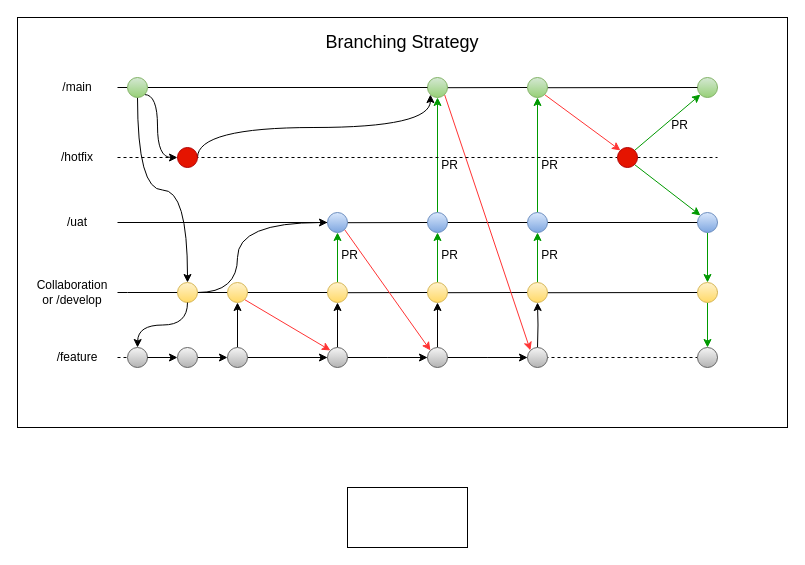
Before: branches.drawio in Sri-git-acc/python, a draw.io diagram. Source tidied: cells renumbered, new cells numbered last; positions are measured from the earlier drawing's top-left corner, leaving out a move shared by most shapes. Both pictures are drawn from the tidied source at 100%, with x=0, y=0 at pixel (17, 17).
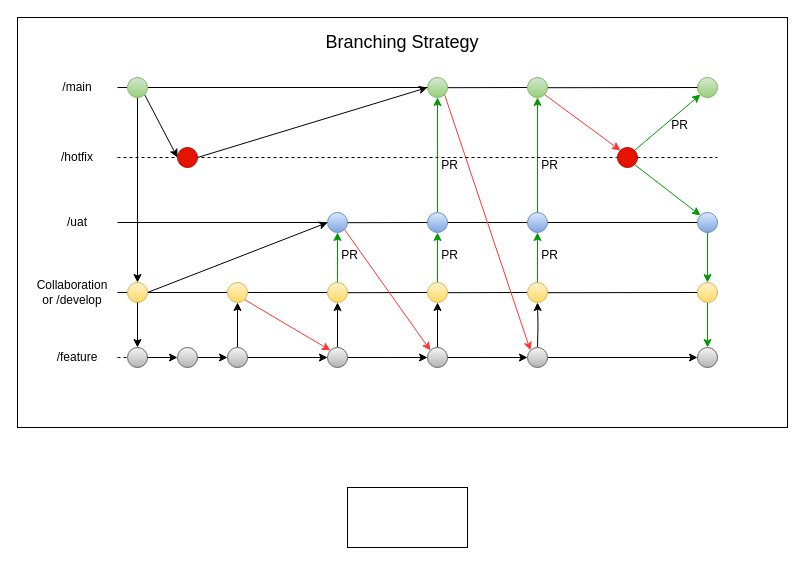
The same page after the edit.

The change refers to these unchanged cells:
```xml
<mxCell id="29" style="ellipse;whiteSpace=wrap;html=1;fillColor=#dae8fc;strokeColor=#6c8ebf;gradientColor=#7ea6e0;" parent="1" vertex="1">
  <mxGeometry x="310" y="195" width="20" height="20" as="geometry" />
</mxCell>
<mxCell id="39" style="ellipse;whiteSpace=wrap;html=1;fillColor=#d5e8d4;gradientColor=#97d077;strokeColor=#82b366;" parent="1" vertex="1">
  <mxGeometry x="410" y="60" width="20" height="20" as="geometry" />
</mxCell>
<mxCell id="82" style="ellipse;whiteSpace=wrap;html=1;fillColor=#f5f5f5;gradientColor=#b3b3b3;strokeColor=#666666;" parent="1" vertex="1">
  <mxGeometry x="680" y="330" width="20" height="20" as="geometry" />
</mxCell>
<mxCell id="84" style="ellipse;whiteSpace=wrap;html=1;fillColor=#f5f5f5;gradientColor=#b3b3b3;strokeColor=#666666;" parent="1" vertex="1">
  <mxGeometry x="510" y="330" width="20" height="20" as="geometry" />
</mxCell>
<mxCell id="88" style="ellipse;whiteSpace=wrap;html=1;fillColor=#d5e8d4;gradientColor=#97d077;strokeColor=#82b366;" parent="1" vertex="1">
  <mxGeometry x="110" y="60" width="20" height="20" as="geometry" />
</mxCell>
<mxCell id="90" style="ellipse;whiteSpace=wrap;html=1;fillColor=#e51400;fontColor=#ffffff;strokeColor=#B20000;" parent="1" vertex="1">
  <mxGeometry x="160" y="130" width="20" height="20" as="geometry" />
</mxCell>
```

Change to the diagram source:
```diff
@@
+    <mxCell id="96" style="endArrow=none;html=1;rounded=0;" parent="1" edge="1">
+      <mxGeometry relative="1" as="geometry">
+        <mxPoint x="100" y="339.5" as="sourcePoint" />
+        <mxPoint x="130" y="339.5" as="targetPoint" />
+      </mxGeometry>
+    </mxCell>
@@
-    <mxCell id="81" style="endArrow=none;dashed=1;html=1;rounded=0;exitX=0;exitY=0.5;exitDx=0;exitDy=0;" parent="1" edge="1" source="84" target="82">
-      <mxGeometry relative="1" as="geometry" />
-    </mxCell>
@@
+    <mxCell id="81" style="edgeStyle=orthogonalEdgeStyle;rounded=0;jettySize=auto;html=1;exitX=1;exitY=0.5;exitDx=0;exitDy=0;entryX=0;entryY=0.5;entryDx=0;entryDy=0;" parent="1" edge="1" source="84" target="82">
+      <mxGeometry relative="1" as="geometry" />
+    </mxCell>
@@
-    <mxCell id="86" style="edgeStyle=orthogonalEdgeStyle;rounded=0;jettySize=auto;html=1;exitX=0.5;exitY=1;exitDx=0;exitDy=0;entryX=0.5;entryY=0;entryDx=0;entryDy=0;curved=1;" parent="1" edge="1" source="88" target="93">
+    <mxCell id="86" style="rounded=0;jettySize=auto;html=1;exitX=0.5;exitY=1;exitDx=0;exitDy=0;entryX=0.5;entryY=0;entryDx=0;entryDy=0;" parent="1" edge="1" source="88" target="93">
       <mxGeometry relative="1" as="geometry" />
     </mxCell>
-    <mxCell id="87" style="rounded=0;jettySize=auto;html=1;exitX=1;exitY=1;exitDx=0;exitDy=0;edgeStyle=orthogonalEdgeStyle;curved=1;" parent="1" edge="1" source="88">
+    <mxCell id="87" style="rounded=0;jettySize=auto;html=1;exitX=1;exitY=1;exitDx=0;exitDy=0;" parent="1" edge="1" source="88">
       <mxGeometry relative="1" as="geometry">
         <mxPoint x="160" y="140" as="targetPoint" />
-        <Array as="points">
-          <mxPoint x="140" y="77" />
-          <mxPoint x="140" y="140" />
-        </Array>
       </mxGeometry>
     </mxCell>
@@
-    <mxCell id="89" style="rounded=0;jettySize=auto;html=1;exitX=1;exitY=0.5;exitDx=0;exitDy=0;entryX=0;entryY=1;entryDx=0;entryDy=0;edgeStyle=orthogonalEdgeStyle;curved=1;" parent="1" edge="1" source="90" target="39">
+    <mxCell id="89" style="rounded=0;jettySize=auto;html=1;exitX=1;exitY=0.5;exitDx=0;exitDy=0;" parent="1" edge="1" source="90">
       <mxGeometry relative="1" as="geometry">
-        <Array as="points">
-          <mxPoint x="180" y="110" />
-          <mxPoint x="413" y="110" />
-        </Array>
+        <mxPoint x="410" y="70" as="targetPoint" />
       </mxGeometry>
     </mxCell>
@@
-    <mxCell id="92" style="edgeStyle=orthogonalEdgeStyle;rounded=0;jettySize=auto;html=1;exitX=1;exitY=0.5;exitDx=0;exitDy=0;entryX=0;entryY=0.5;entryDx=0;entryDy=0;curved=1;" parent="1" edge="1" source="93" target="29">
-      <mxGeometry relative="1" as="geometry">
-        <Array as="points">
-          <mxPoint x="220" y="275" />
-          <mxPoint x="220" y="205" />
-        </Array>
-      </mxGeometry>
+    <mxCell id="92" style="rounded=0;jettySize=auto;html=1;exitX=1;exitY=0.5;exitDx=0;exitDy=0;entryX=0;entryY=0.5;entryDx=0;entryDy=0;" parent="1" edge="1" source="93" target="29">
+      <mxGeometry relative="1" as="geometry" />
     </mxCell>
     <mxCell id="93" style="ellipse;whiteSpace=wrap;html=1;fillColor=#fff2cc;gradientColor=#ffd966;strokeColor=#d6b656;" parent="1" vertex="1">
-      <mxGeometry x="160" y="265" width="20" height="20" as="geometry" />
+      <mxGeometry x="110" y="265" width="20" height="20" as="geometry" />
     </mxCell>
-    <mxCell id="94" style="edgeStyle=orthogonalEdgeStyle;rounded=0;jettySize=auto;html=1;exitX=0.5;exitY=1;exitDx=0;exitDy=0;curved=1;" parent="1" edge="1" source="93">
+    <mxCell id="94" style="rounded=0;jettySize=auto;html=1;exitX=0.5;exitY=1;exitDx=0;exitDy=0;" parent="1" edge="1" source="93">
       <mxGeometry relative="1" as="geometry">
         <mxPoint x="120" y="330" as="targetPoint" />
       </mxGeometry>
     </mxCell>
```
